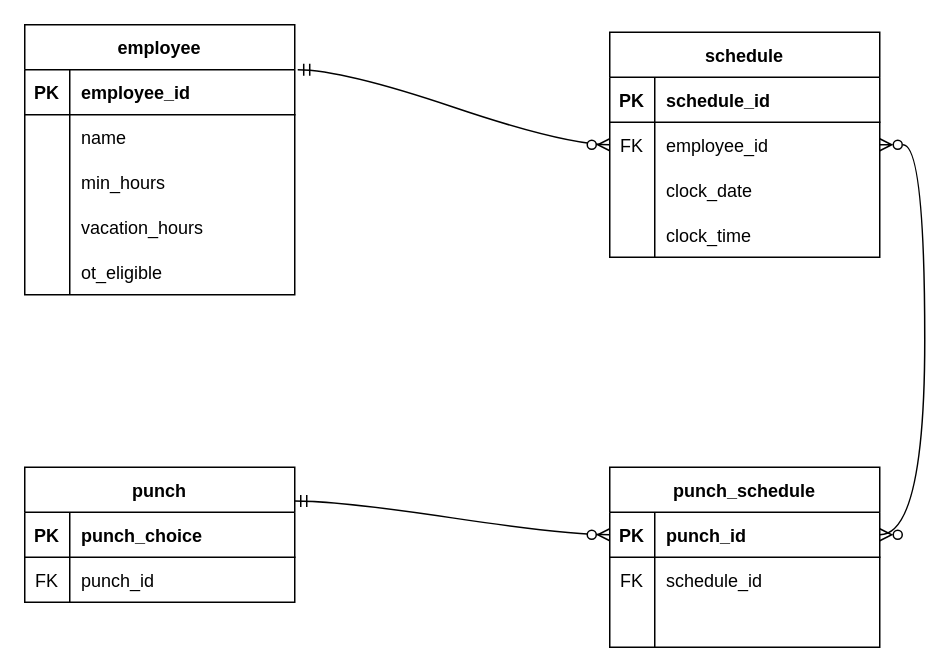
Above: Final_Project_Entity_Relationship_Diagram.drawio in ChaddGill/Final_Project (draw.io), before the change. Source tidied: cells renumbered, new cells numbered last; positions are measured from the earlier drawing's top-left corner, leaving out a move shared by most shapes. Both pictures are drawn from the tidied source at 150%, with x=0, y=0 at pixel (24, 24).
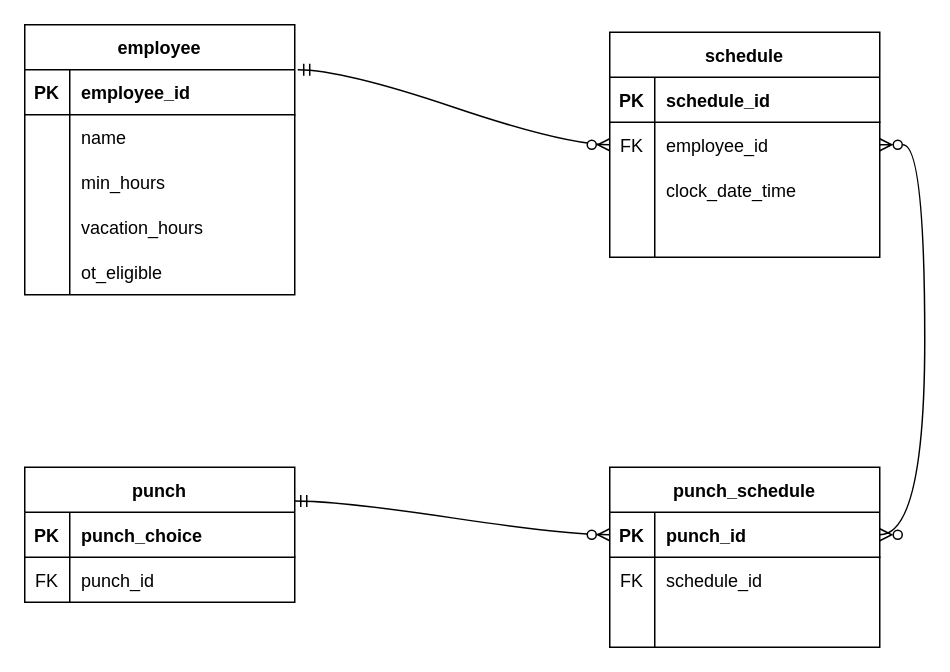
The same diagram, later.

Unchanged cells that the change refers to:
```xml
<mxCell id="42" style="shape=tableRow;horizontal=0;startSize=0;swimlaneHead=0;swimlaneBody=0;fillColor=none;top=0;left=0;right=0;bottom=0;strokeWidth=1;" parent="35" vertex="1">
  <mxGeometry y="90" width="180" height="30" as="geometry" />
</mxCell>
<mxCell id="45" style="shape=tableRow;horizontal=0;startSize=0;swimlaneHead=0;swimlaneBody=0;fillColor=none;top=0;left=0;right=0;bottom=0;strokeWidth=1;" parent="35" vertex="1">
  <mxGeometry y="120" width="180" height="30" as="geometry" />
</mxCell>
```

Diff of the diagram source:
```diff
@@
-    <mxCell id="44" value="clock_date" style="shape=partialRectangle;fillColor=none;top=0;left=0;bottom=0;right=0;align=left;spacingLeft=6;overflow=hidden;strokeWidth=1;" parent="42" vertex="1">
+    <mxCell id="44" value="clock_date_time" style="shape=partialRectangle;fillColor=none;top=0;left=0;bottom=0;right=0;align=left;spacingLeft=6;overflow=hidden;strokeWidth=1;" parent="42" vertex="1">
       <mxGeometry x="30" width="150" height="30" as="geometry" />
     </mxCell>
@@
-    <mxCell id="47" value="clock_time" style="shape=partialRectangle;fillColor=none;top=0;left=0;bottom=0;right=0;align=left;spacingLeft=6;overflow=hidden;strokeWidth=1;" parent="45" vertex="1">
+    <mxCell id="47" style="shape=partialRectangle;fillColor=none;top=0;left=0;bottom=0;right=0;align=left;spacingLeft=6;overflow=hidden;strokeWidth=1;" parent="45" vertex="1">
       <mxGeometry x="30" width="150" height="30" as="geometry" />
     </mxCell>
```
